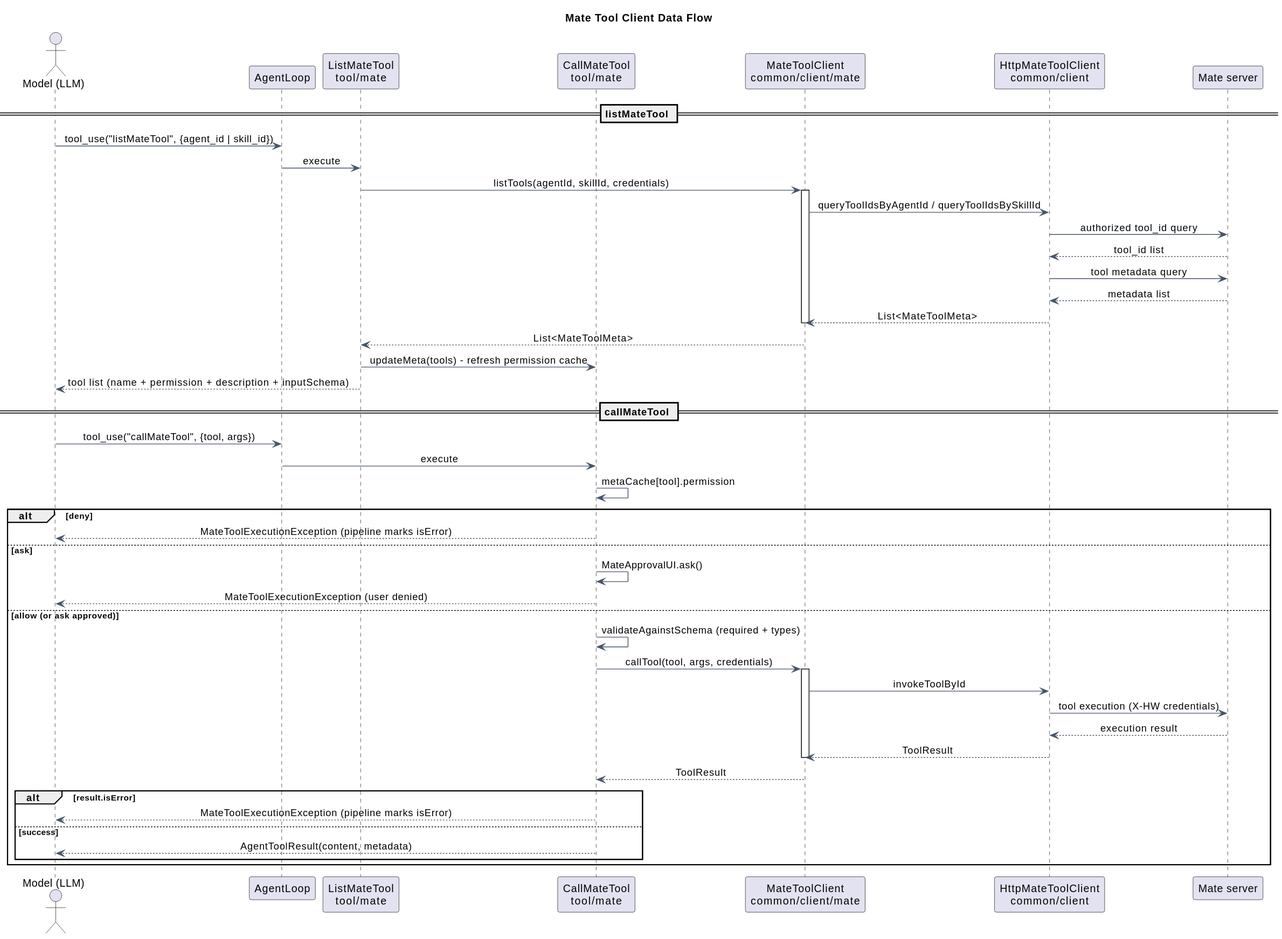
Above: docs/designs/mate-tool-client/mate_tool_client_dataflow.svg in 2862282695gjh-afk/pi-mono-java (PlantUML), before the change. The source it was exported from:
```plantuml
@startuml

skinparam backgroundColor white
skinparam shadowing false
skinparam ArrowColor #475569
skinparam SequenceMessageAlignment center

title Mate Tool Client Data Flow

actor "Model (LLM)" as llm
participant "AgentLoop" as loop
participant "ListMateTool\ntool/mate" as listTool
participant "CallMateTool\ntool/mate" as callTool
participant "MateToolClient\ncommon/client/mate" as iface
participant "HttpMateToolClient\ncommon/client" as http
participant "Mate server" as mate

== listMateTool ==
llm -> loop: tool_use("listMateTool", {agent_id | skill_id})
loop -> listTool: execute
listTool -> iface: listTools(agentId, skillId, credentials)
activate iface
iface -> http: queryToolIdsByAgentId / queryToolIdsBySkillId
http -> mate: authorized tool_id query
mate --> http: tool_id list
http -> mate: tool metadata query
mate --> http: metadata list
http --> iface: List<MateToolMeta>
deactivate iface
iface --> listTool: List<MateToolMeta>
listTool -> callTool: updateMeta(tools) - refresh permission cache
listTool --> llm: tool list (name + permission + description + inputSchema)

== callMateTool ==
llm -> loop: tool_use("callMateTool", {tool, args})
loop -> callTool: execute
callTool -> callTool: metaCache[tool].permission
alt deny
  callTool --> llm: MateToolExecutionException (pipeline marks isError)
else ask
  callTool -> callTool: MateApprovalUI.ask()
  callTool --> llm: MateToolExecutionException (user denied)
else allow (or ask approved)
  callTool -> callTool: validateAgainstSchema (required + types)
  callTool -> iface: callTool(tool, args, credentials)
  activate iface
  iface -> http: invokeToolById
  http -> mate: tool execution (X-HW credentials)
  mate --> http: execution result
  http --> iface: ToolResult
  deactivate iface
  iface --> callTool: ToolResult
  alt result.isError
    callTool --> llm: MateToolExecutionException (pipeline marks isError)
  else success
    callTool --> llm: AgentToolResult(content, metadata)
  end
end
@enduml
```
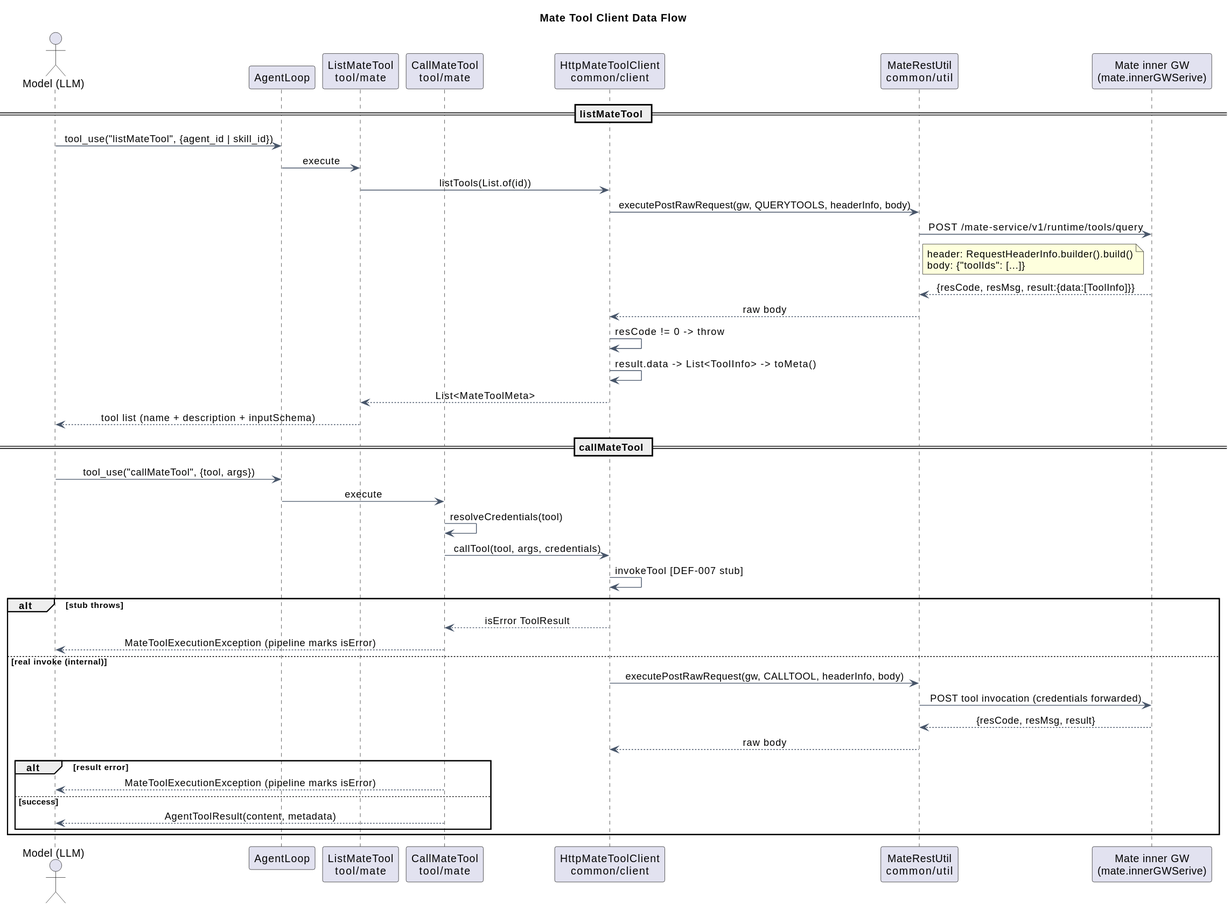
After the change.

Change to the diagram source:
```diff
@@ -11,46 +11,42 @@
 participant "AgentLoop" as loop
 participant "ListMateTool\ntool/mate" as listTool
 participant "CallMateTool\ntool/mate" as callTool
-participant "MateToolClient\ncommon/client/mate" as iface
 participant "HttpMateToolClient\ncommon/client" as http
-participant "Mate server" as mate
+participant "MateRestUtil\ncommon/util" as rest
+participant "Mate inner GW\n(mate.innerGWSerive)" as gw
 
 == listMateTool ==
 llm -> loop: tool_use("listMateTool", {agent_id | skill_id})
 loop -> listTool: execute
-listTool -> iface: listTools(agentId, skillId, credentials)
-activate iface
-iface -> http: queryToolIdsByAgentId / queryToolIdsBySkillId
-http -> mate: authorized tool_id query
-mate --> http: tool_id list
-http -> mate: tool metadata query
-mate --> http: metadata list
-http --> iface: List<MateToolMeta>
-deactivate iface
-iface --> listTool: List<MateToolMeta>
-listTool -> callTool: updateMeta(tools) - refresh permission cache
-listTool --> llm: tool list (name + permission + description + inputSchema)
+listTool -> http: listTools(List.of(id))
+http -> rest: executePostRawRequest(gw, QUERYTOOLS, headerInfo, body)
+rest -> gw: POST /mate-service/v1/runtime/tools/query
+note right of rest
+  header: RequestHeaderInfo.builder().build()
+  body: {"toolIds": [...]}
+end note
+gw --> rest: {resCode, resMsg, result:{data:[ToolInfo]}}
+rest --> http: raw body
+http -> http: resCode != 0 -> throw
+http -> http: result.data -> List<ToolInfo> -> toMeta()
+http --> listTool: List<MateToolMeta>
+listTool --> llm: tool list (name + description + inputSchema)
 
 == callMateTool ==
 llm -> loop: tool_use("callMateTool", {tool, args})
 loop -> callTool: execute
-callTool -> callTool: metaCache[tool].permission
-alt deny
+callTool -> callTool: resolveCredentials(tool)
+callTool -> http: callTool(tool, args, credentials)
+http -> http: invokeTool [DEF-007 stub]
+alt stub throws
+  http --> callTool: isError ToolResult
   callTool --> llm: MateToolExecutionException (pipeline marks isError)
-else ask
-  callTool -> callTool: MateApprovalUI.ask()
-  callTool --> llm: MateToolExecutionException (user denied)
-else allow (or ask approved)
-  callTool -> callTool: validateAgainstSchema (required + types)
-  callTool -> iface: callTool(tool, args, credentials)
-  activate iface
-  iface -> http: invokeToolById
-  http -> mate: tool execution (X-HW credentials)
-  mate --> http: execution result
-  http --> iface: ToolResult
-  deactivate iface
-  iface --> callTool: ToolResult
-  alt result.isError
+else real invoke (internal)
+  http -> rest: executePostRawRequest(gw, CALLTOOL, headerInfo, body)
+  rest -> gw: POST tool invocation (credentials forwarded)
+  gw --> rest: {resCode, resMsg, result}
+  rest --> http: raw body
+  alt result error
     callTool --> llm: MateToolExecutionException (pipeline marks isError)
   else success
     callTool --> llm: AgentToolResult(content, metadata)
```
